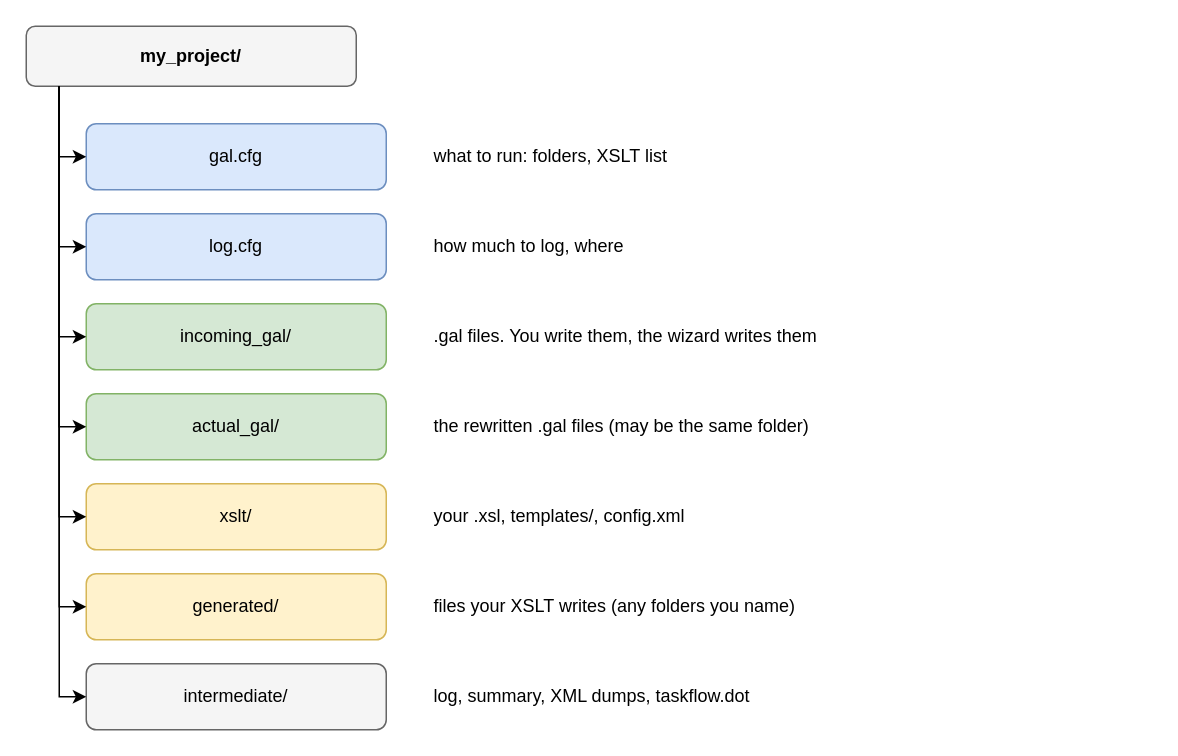
Above: drawio/04_folders.drawio in goloveshin/galimatron_doc (draw.io), before the change. Source tidied: cells renumbered, new cells numbered last; positions are measured from the earlier drawing's top-left corner, leaving out a move shared by most shapes. Both pictures are drawn from the tidied source at 150%, with x=0, y=0 at pixel (26, 26).
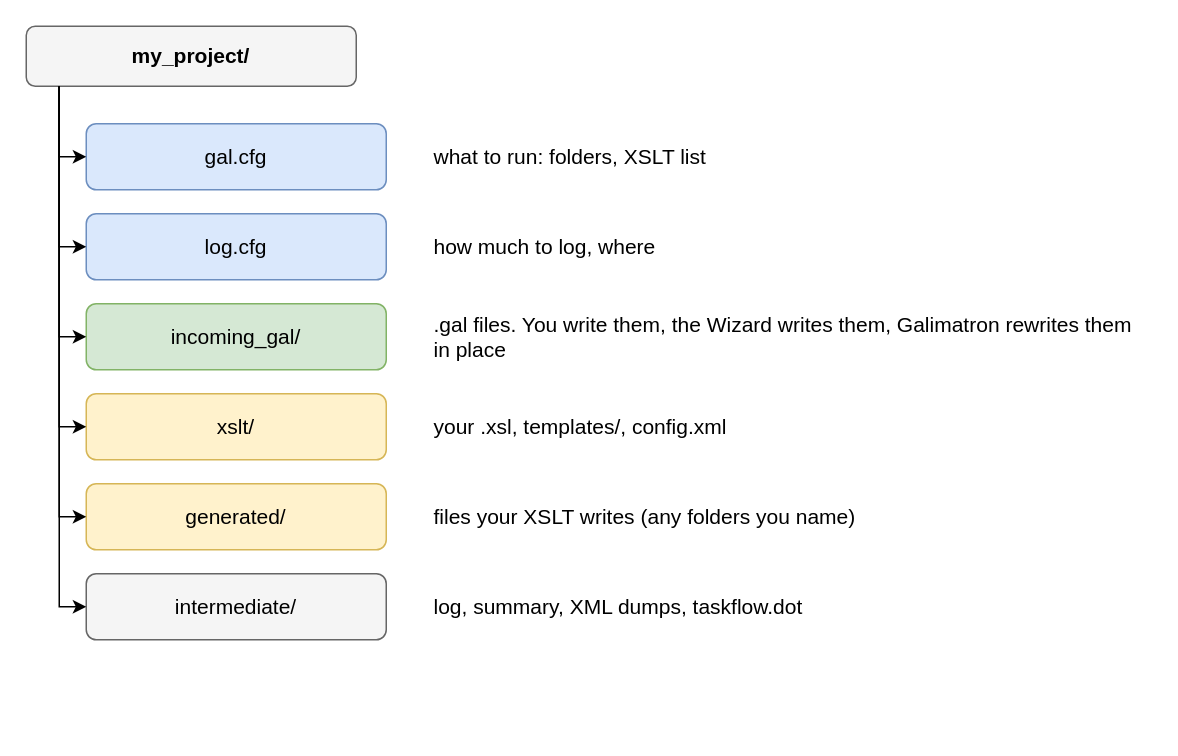
The same diagram, later.

Change to the diagram source:
```diff
@@
-    <mxCell id="2" value="my_project/" style="rounded=1;whiteSpace=wrap;html=1;fillColor=#f5f5f5;strokeColor=#666666;fontStyle=1;" parent="1" vertex="1">
+    <mxCell id="2" value="my_project/" style="rounded=1;whiteSpace=wrap;html=1;fillColor=#f5f5f5;strokeColor=#666666;fontStyle=1;fontSize=14;" parent="1" vertex="1">
       <mxGeometry width="220" height="40" as="geometry" />
     </mxCell>
-    <mxCell id="3" value="gal.cfg" style="rounded=1;whiteSpace=wrap;html=1;fillColor=#dae8fc;strokeColor=#6c8ebf;" parent="1" vertex="1">
+    <mxCell id="3" value="gal.cfg" style="rounded=1;whiteSpace=wrap;html=1;fillColor=#dae8fc;strokeColor=#6c8ebf;fontSize=14;" parent="1" vertex="1">
       <mxGeometry x="40" y="65" width="200" height="44" as="geometry" />
     </mxCell>
-    <mxCell id="4" value="what to run: folders, XSLT list" style="text;html=1;whiteSpace=wrap;verticalAlign=middle;align=left;" parent="1" vertex="1">
+    <mxCell id="4" value="what to run: folders, XSLT list" style="text;html=1;whiteSpace=wrap;verticalAlign=middle;align=left;fontSize=14;" parent="1" vertex="1">
       <mxGeometry x="270" y="65" width="480" height="44" as="geometry" />
     </mxCell>
@@
-    <mxCell id="6" value="log.cfg" style="rounded=1;whiteSpace=wrap;html=1;fillColor=#dae8fc;strokeColor=#6c8ebf;" parent="1" vertex="1">
+    <mxCell id="6" value="log.cfg" style="rounded=1;whiteSpace=wrap;html=1;fillColor=#dae8fc;strokeColor=#6c8ebf;fontSize=14;" parent="1" vertex="1">
       <mxGeometry x="40" y="125" width="200" height="44" as="geometry" />
     </mxCell>
-    <mxCell id="7" value="how much to log, where" style="text;html=1;whiteSpace=wrap;verticalAlign=middle;align=left;" parent="1" vertex="1">
+    <mxCell id="7" value="how much to log, where" style="text;html=1;whiteSpace=wrap;verticalAlign=middle;align=left;fontSize=14;" parent="1" vertex="1">
       <mxGeometry x="270" y="125" width="480" height="44" as="geometry" />
     </mxCell>
@@
-    <mxCell id="9" value="incoming_gal/" style="rounded=1;whiteSpace=wrap;html=1;fillColor=#d5e8d4;strokeColor=#82b366;" parent="1" vertex="1">
+    <mxCell id="9" value="incoming_gal/" style="rounded=1;whiteSpace=wrap;html=1;fillColor=#d5e8d4;strokeColor=#82b366;fontSize=14;" parent="1" vertex="1">
       <mxGeometry x="40" y="185" width="200" height="44" as="geometry" />
     </mxCell>
-    <mxCell id="10" value=".gal files. You write them, the wizard writes them" style="text;html=1;whiteSpace=wrap;verticalAlign=middle;align=left;" parent="1" vertex="1">
+    <mxCell id="10" value=".gal files. You write them, the Wizard writes them, Galimatron rewrites them in place" style="text;html=1;whiteSpace=wrap;verticalAlign=middle;align=left;fontSize=14;" parent="1" vertex="1">
       <mxGeometry x="270" y="185" width="480" height="44" as="geometry" />
     </mxCell>
@@
-    <mxCell id="12" value="actual_gal/" style="rounded=1;whiteSpace=wrap;html=1;fillColor=#d5e8d4;strokeColor=#82b366;" parent="1" vertex="1">
-      <mxGeometry x="40" y="245" width="200" height="44" as="geometry" />
-    </mxCell>
-    <mxCell id="13" value="the rewritten .gal files (may be the same folder)" style="text;html=1;whiteSpace=wrap;verticalAlign=middle;align=left;" parent="1" vertex="1">
-      <mxGeometry x="270" y="245" width="480" height="44" as="geometry" />
-    </mxCell>
-    <mxCell id="14" style="endArrow=classic;html=1;labelBackgroundColor=#ffffff;edgeStyle=orthogonalEdgeStyle;rounded=0;exitX=0.1;exitY=1;exitDx=0;exitDy=0;entryX=0;entryY=0.5;entryDx=0;entryDy=0;" parent="1" edge="1" source="2" target="12">
-      <mxGeometry relative="1" as="geometry">
-        <Array as="points">
-          <mxPoint x="22" y="267" />
-        </Array>
-      </mxGeometry>
-    </mxCell>
-    <mxCell id="15" value="xslt/" style="rounded=1;whiteSpace=wrap;html=1;fillColor=#fff2cc;strokeColor=#d6b656;" parent="1" vertex="1">
-      <mxGeometry x="40" y="305" width="200" height="44" as="geometry" />
+    <mxCell id="15" value="xslt/" style="rounded=1;whiteSpace=wrap;html=1;fillColor=#fff2cc;strokeColor=#d6b656;fontSize=14;" parent="1" vertex="1">
+      <mxGeometry x="40" y="245" width="200" height="44" as="geometry" />
     </mxCell>
-    <mxCell id="16" value="your .xsl, templates/, config.xml" style="text;html=1;whiteSpace=wrap;verticalAlign=middle;align=left;" parent="1" vertex="1">
-      <mxGeometry x="270" y="305" width="480" height="44" as="geometry" />
+    <mxCell id="16" value="your .xsl, templates/, config.xml" style="text;html=1;whiteSpace=wrap;verticalAlign=middle;align=left;fontSize=14;" parent="1" vertex="1">
+      <mxGeometry x="270" y="245" width="480" height="44" as="geometry" />
     </mxCell>
     <mxCell id="17" style="endArrow=classic;html=1;labelBackgroundColor=#ffffff;edgeStyle=orthogonalEdgeStyle;rounded=0;exitX=0.1;exitY=1;exitDx=0;exitDy=0;entryX=0;entryY=0.5;entryDx=0;entryDy=0;" parent="1" edge="1" source="2" target="15">
       <mxGeometry relative="1" as="geometry">
         <Array as="points">
-          <mxPoint x="22" y="327" />
+          <mxPoint x="22" y="267" />
         </Array>
       </mxGeometry>
     </mxCell>
-    <mxCell id="18" value="generated/" style="rounded=1;whiteSpace=wrap;html=1;fillColor=#fff2cc;strokeColor=#d6b656;" parent="1" vertex="1">
-      <mxGeometry x="40" y="365" width="200" height="44" as="geometry" />
+    <mxCell id="18" value="generated/" style="rounded=1;whiteSpace=wrap;html=1;fillColor=#fff2cc;strokeColor=#d6b656;fontSize=14;" parent="1" vertex="1">
+      <mxGeometry x="40" y="305" width="200" height="44" as="geometry" />
     </mxCell>
-    <mxCell id="19" value="files your XSLT writes (any folders you name)" style="text;html=1;whiteSpace=wrap;verticalAlign=middle;align=left;" parent="1" vertex="1">
-      <mxGeometry x="270" y="365" width="480" height="44" as="geometry" />
+    <mxCell id="19" value="files your XSLT writes (any folders you name)" style="text;html=1;whiteSpace=wrap;verticalAlign=middle;align=left;fontSize=14;" parent="1" vertex="1">
+      <mxGeometry x="270" y="305" width="480" height="44" as="geometry" />
     </mxCell>
     <mxCell id="20" style="endArrow=classic;html=1;labelBackgroundColor=#ffffff;edgeStyle=orthogonalEdgeStyle;rounded=0;exitX=0.1;exitY=1;exitDx=0;exitDy=0;entryX=0;entryY=0.5;entryDx=0;entryDy=0;" parent="1" edge="1" source="2" target="18">
       <mxGeometry relative="1" as="geometry">
         <Array as="points">
-          <mxPoint x="22" y="387" />
+          <mxPoint x="22" y="327" />
         </Array>
       </mxGeometry>
     </mxCell>
-    <mxCell id="21" value="intermediate/" style="rounded=1;whiteSpace=wrap;html=1;fillColor=#f5f5f5;strokeColor=#666666;" parent="1" vertex="1">
-      <mxGeometry x="40" y="425" width="200" height="44" as="geometry" />
+    <mxCell id="21" value="intermediate/" style="rounded=1;whiteSpace=wrap;html=1;fillColor=#f5f5f5;strokeColor=#666666;fontSize=14;" parent="1" vertex="1">
+      <mxGeometry x="40" y="365" width="200" height="44" as="geometry" />
     </mxCell>
-    <mxCell id="22" value="log, summary, XML dumps, taskflow.dot" style="text;html=1;whiteSpace=wrap;verticalAlign=middle;align=left;" parent="1" vertex="1">
-      <mxGeometry x="270" y="425" width="480" height="44" as="geometry" />
+    <mxCell id="22" value="log, summary, XML dumps, taskflow.dot" style="text;html=1;whiteSpace=wrap;verticalAlign=middle;align=left;fontSize=14;" parent="1" vertex="1">
+      <mxGeometry x="270" y="365" width="480" height="44" as="geometry" />
     </mxCell>
     <mxCell id="23" style="endArrow=classic;html=1;labelBackgroundColor=#ffffff;edgeStyle=orthogonalEdgeStyle;rounded=0;exitX=0.1;exitY=1;exitDx=0;exitDy=0;entryX=0;entryY=0.5;entryDx=0;entryDy=0;" parent="1" edge="1" source="2" target="21">
       <mxGeometry relative="1" as="geometry">
         <Array as="points">
-          <mxPoint x="22" y="447" />
+          <mxPoint x="22" y="387" />
         </Array>
       </mxGeometry>
     </mxCell>
```
